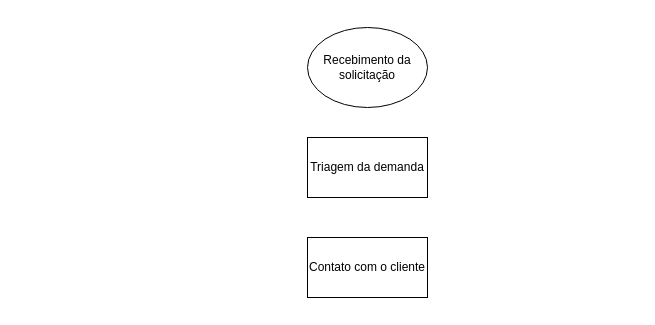
This is Diagrama sem nome.drawio from Thiago163/caneta, a draw.io file, before an edit. Source tidied: cells renumbered, new cells numbered last; positions are measured from the earlier drawing's top-left corner, leaving out a move shared by most shapes. Both pictures are drawn from the tidied source at 100%, with x=0, y=0 at pixel (307, 27).
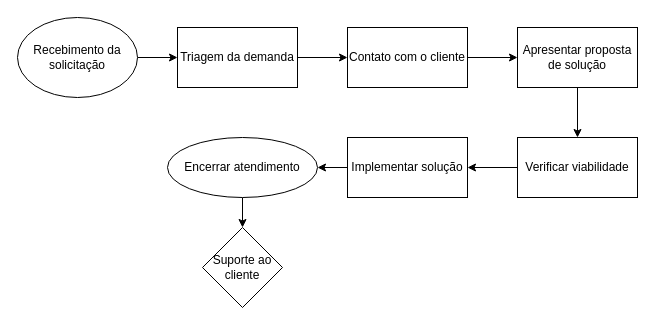
The same page after the edit.

The edit, as a diff of the source:
```diff
@@
 <mxGraphModel>
   <root>
     <mxCell id="0" />
     <mxCell id="1" parent="0" />
+    <mxCell id="5" style="edgeStyle=orthogonalEdgeStyle;rounded=0;jettySize=auto;html=1;exitX=1;exitY=0.5;exitDx=0;exitDy=0;entryX=0;entryY=0.5;entryDx=0;entryDy=0;" parent="1" edge="1" source="2" target="3">
+      <mxGeometry relative="1" as="geometry" />
+    </mxCell>
     <mxCell id="2" value="Recebimento da solicitação" style="ellipse;whiteSpace=wrap;html=1;" parent="1" vertex="1">
-      <mxGeometry width="120" height="80" as="geometry" />
+      <mxGeometry x="-290" y="-10" width="120" height="80" as="geometry" />
     </mxCell>
+    <mxCell id="6" style="edgeStyle=orthogonalEdgeStyle;rounded=0;jettySize=auto;html=1;exitX=1;exitY=0.5;exitDx=0;exitDy=0;entryX=0;entryY=0.5;entryDx=0;entryDy=0;" parent="1" edge="1" source="3" target="4">
+      <mxGeometry relative="1" as="geometry" />
+    </mxCell>
     <mxCell id="3" value="Triagem da demanda" style="rounded=0;whiteSpace=wrap;html=1;" parent="1" vertex="1">
-      <mxGeometry y="110" width="120" height="60" as="geometry" />
+      <mxGeometry x="-130" width="120" height="60" as="geometry" />
     </mxCell>
+    <mxCell id="7" style="edgeStyle=orthogonalEdgeStyle;rounded=0;jettySize=auto;html=1;exitX=1;exitY=0.5;exitDx=0;exitDy=0;entryX=0;entryY=0.5;entryDx=0;entryDy=0;" parent="1" edge="1" source="4" target="9">
+      <mxGeometry relative="1" as="geometry" />
+    </mxCell>
     <mxCell id="4" value="Contato com o cliente" style="rounded=0;whiteSpace=wrap;html=1;" parent="1" vertex="1">
-      <mxGeometry y="210" width="120" height="60" as="geometry" />
+      <mxGeometry x="40" width="120" height="60" as="geometry" />
     </mxCell>
+    <mxCell id="8" style="edgeStyle=orthogonalEdgeStyle;rounded=0;jettySize=auto;html=1;exitX=0.5;exitY=1;exitDx=0;exitDy=0;entryX=0.5;entryY=0;entryDx=0;entryDy=0;" parent="1" edge="1" source="9" target="11">
+      <mxGeometry relative="1" as="geometry" />
+    </mxCell>
+    <mxCell id="9" value="Apresentar proposta de solução" style="rounded=0;whiteSpace=wrap;html=1;" parent="1" vertex="1">
+      <mxGeometry x="210" width="120" height="60" as="geometry" />
+    </mxCell>
+    <mxCell id="10" style="edgeStyle=orthogonalEdgeStyle;rounded=0;jettySize=auto;html=1;exitX=0;exitY=0.5;exitDx=0;exitDy=0;entryX=1;entryY=0.5;entryDx=0;entryDy=0;" parent="1" edge="1" source="11" target="13">
+      <mxGeometry relative="1" as="geometry" />
+    </mxCell>
+    <mxCell id="11" value="Verificar viabilidade" style="rounded=0;whiteSpace=wrap;html=1;" parent="1" vertex="1">
+      <mxGeometry x="210" y="110" width="120" height="60" as="geometry" />
+    </mxCell>
+    <mxCell id="12" style="edgeStyle=orthogonalEdgeStyle;rounded=0;jettySize=auto;html=1;exitX=0;exitY=0.5;exitDx=0;exitDy=0;entryX=1;entryY=0.5;entryDx=0;entryDy=0;" parent="1" edge="1" source="13" target="15">
+      <mxGeometry relative="1" as="geometry" />
+    </mxCell>
+    <mxCell id="13" value="Implementar solução" style="rounded=0;whiteSpace=wrap;html=1;" parent="1" vertex="1">
+      <mxGeometry x="40" y="110" width="120" height="60" as="geometry" />
+    </mxCell>
+    <mxCell id="14" style="edgeStyle=orthogonalEdgeStyle;rounded=0;jettySize=auto;html=1;exitX=0.5;exitY=1;exitDx=0;exitDy=0;entryX=0.5;entryY=0;entryDx=0;entryDy=0;" parent="1" edge="1" source="15" target="16">
+      <mxGeometry relative="1" as="geometry" />
+    </mxCell>
+    <mxCell id="15" value="Encerrar atendimento" style="ellipse;whiteSpace=wrap;html=1;" parent="1" vertex="1">
+      <mxGeometry x="-140" y="110" width="150" height="60" as="geometry" />
+    </mxCell>
+    <mxCell id="16" value="Suporte ao cliente" style="rhombus;whiteSpace=wrap;html=1;" parent="1" vertex="1">
+      <mxGeometry x="-105" y="200" width="80" height="80" as="geometry" />
+    </mxCell>
   </root>
 </mxGraphModel>
```
